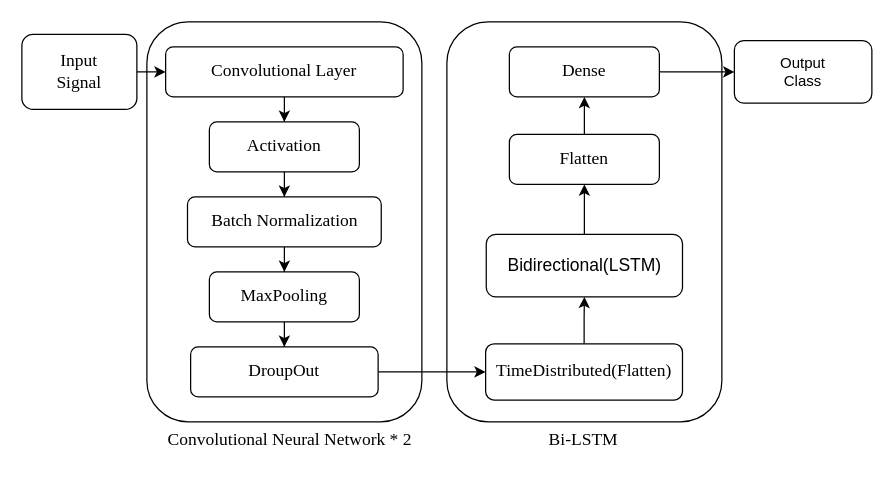
This is network.drawio from NasTul/Diagrams, a draw.io file, before an edit. Source tidied: cells renumbered, new cells numbered last; positions are measured from the earlier drawing's top-left corner, leaving out a move shared by most shapes. Both pictures are drawn from the tidied source at 125%, with x=0, y=0 at pixel (21, 21).
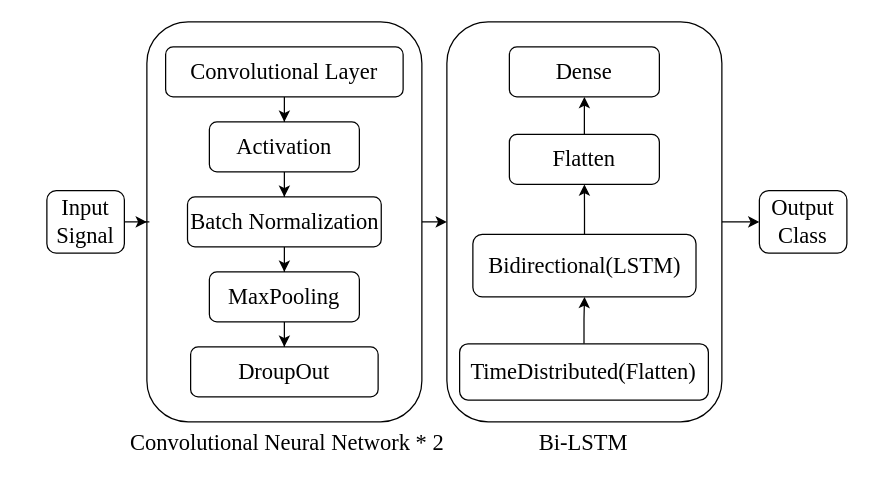
After the change.

Unchanged cells that the change refers to:
```xml
<mxCell id="2" style="rounded=1;whiteSpace=wrap;html=1;" parent="1" vertex="1">
  <mxGeometry x="340" width="220" height="320" as="geometry" />
</mxCell>
<mxCell id="3" style="rounded=1;whiteSpace=wrap;html=1;" parent="1" vertex="1">
  <mxGeometry x="100" width="220" height="320" as="geometry" />
</mxCell>
```

What changed in the source:
```diff
@@
+    <mxCell id="27" style="edgeStyle=orthogonalEdgeStyle;rounded=0;jettySize=auto;html=1;" parent="1" edge="1" source="2" target="26">
+      <mxGeometry relative="1" as="geometry" />
+    </mxCell>
@@
+    <mxCell id="28" style="edgeStyle=orthogonalEdgeStyle;rounded=0;jettySize=auto;html=1;" parent="1" edge="1" source="3">
+      <mxGeometry relative="1" as="geometry">
+        <mxPoint x="340" y="160" as="targetPoint" />
+      </mxGeometry>
+    </mxCell>
@@
-    <mxCell id="5" value="&lt;font face=&quot;Times New Roman&quot; style=&quot;font-size: 14px&quot;&gt;Convolutional Layer&lt;/font&gt;" style="rounded=1;whiteSpace=wrap;html=1;" parent="1" vertex="1">
+    <mxCell id="5" value="&lt;font face=&quot;Times New Roman&quot; style=&quot;font-size: 18px&quot;&gt;Convolutional Layer&lt;/font&gt;" style="rounded=1;whiteSpace=wrap;html=1;" parent="1" vertex="1">
       <mxGeometry x="115" y="20" width="190" height="40" as="geometry" />
     </mxCell>
@@
-    <mxCell id="7" value="&lt;font style=&quot;font-size: 14px&quot; face=&quot;Times New Roman&quot;&gt;Activation&lt;/font&gt;" style="whiteSpace=wrap;html=1;rounded=1;" parent="1" vertex="1">
+    <mxCell id="7" value="&lt;font style=&quot;font-size: 18px&quot; face=&quot;Times New Roman&quot;&gt;Activation&lt;/font&gt;" style="whiteSpace=wrap;html=1;rounded=1;" parent="1" vertex="1">
       <mxGeometry x="150" y="80" width="120" height="40" as="geometry" />
     </mxCell>
@@
-    <mxCell id="9" value="&lt;font style=&quot;font-size: 14px&quot; face=&quot;Times New Roman&quot;&gt;Batch Normalization&lt;/font&gt;" style="whiteSpace=wrap;html=1;rounded=1;" parent="1" vertex="1">
+    <mxCell id="9" value="&lt;font style=&quot;font-size: 18px&quot; face=&quot;Times New Roman&quot;&gt;Batch Normalization&lt;/font&gt;" style="whiteSpace=wrap;html=1;rounded=1;" parent="1" vertex="1">
       <mxGeometry x="132.5" y="140" width="155" height="40" as="geometry" />
     </mxCell>
@@
-    <mxCell id="11" value="&lt;font style=&quot;font-size: 14px&quot; face=&quot;Times New Roman&quot;&gt;MaxPooling&lt;/font&gt;" style="whiteSpace=wrap;html=1;rounded=1;" parent="1" vertex="1">
+    <mxCell id="11" value="&lt;font style=&quot;font-size: 18px&quot; face=&quot;Times New Roman&quot;&gt;MaxPooling&lt;/font&gt;" style="whiteSpace=wrap;html=1;rounded=1;" parent="1" vertex="1">
       <mxGeometry x="150" y="200" width="120" height="40" as="geometry" />
     </mxCell>
-    <mxCell id="12" style="edgeStyle=orthogonalEdgeStyle;rounded=0;jettySize=auto;html=1;" parent="1" edge="1" source="13" target="15">
-      <mxGeometry relative="1" as="geometry" />
-    </mxCell>
-    <mxCell id="13" value="&lt;font face=&quot;Times New Roman&quot;&gt;&lt;span style=&quot;font-size: 14px&quot;&gt;DroupOut&lt;/span&gt;&lt;/font&gt;" style="whiteSpace=wrap;html=1;rounded=1;" parent="1" vertex="1">
+    <mxCell id="13" value="&lt;font face=&quot;Times New Roman&quot; style=&quot;font-size: 18px&quot;&gt;DroupOut&lt;/font&gt;" style="whiteSpace=wrap;html=1;rounded=1;" parent="1" vertex="1">
       <mxGeometry x="135" y="260" width="150" height="40" as="geometry" />
     </mxCell>
@@
-    <mxCell id="15" value="&lt;font style=&quot;font-size: 14px&quot; face=&quot;Times New Roman&quot;&gt;TimeDistributed(Flatten)&lt;/font&gt;" style="whiteSpace=wrap;html=1;rounded=1;" parent="1" vertex="1">
-      <mxGeometry x="371" y="257.5" width="157.5" height="45" as="geometry" />
+    <mxCell id="15" value="&lt;font style=&quot;font-size: 18px&quot; face=&quot;Times New Roman&quot;&gt;TimeDistributed(Flatten)&lt;/font&gt;" style="whiteSpace=wrap;html=1;rounded=1;" parent="1" vertex="1">
+      <mxGeometry x="350.2" y="257.5" width="199" height="45" as="geometry" />
     </mxCell>
-    <mxCell id="16" value="&lt;font face=&quot;Times New Roman&quot; style=&quot;font-size: 14px&quot;&gt;Convolutional Neural Network * 2&lt;/font&gt;" style="text;whiteSpace=wrap;html=1;" parent="1" vertex="1">
-      <mxGeometry x="115" y="320" width="210" height="30" as="geometry" />
+    <mxCell id="16" value="&lt;font face=&quot;Times New Roman&quot; style=&quot;font-size: 18px&quot;&gt;Convolutional Neural Network * 2&lt;/font&gt;" style="text;whiteSpace=wrap;html=1;" parent="1" vertex="1">
+      <mxGeometry x="85.2" y="320" width="265" height="30" as="geometry" />
     </mxCell>
@@
-    <mxCell id="18" value="&lt;font style=&quot;font-size: 14px&quot;&gt;Bidirectional(LSTM)&lt;/font&gt;" style="whiteSpace=wrap;html=1;rounded=1;" parent="1" vertex="1">
-      <mxGeometry x="371.5" y="170" width="157" height="50" as="geometry" />
+    <mxCell id="18" value="&lt;font style=&quot;font-size: 18px&quot; face=&quot;Times New Roman&quot;&gt;Bidirectional(LSTM)&lt;/font&gt;" style="whiteSpace=wrap;html=1;rounded=1;" parent="1" vertex="1">
+      <mxGeometry x="360.8" y="170" width="178.5" height="50" as="geometry" />
     </mxCell>
@@
-    <mxCell id="20" value="&lt;font style=&quot;font-size: 14px&quot; face=&quot;Times New Roman&quot;&gt;Flatten&lt;/font&gt;" style="whiteSpace=wrap;html=1;rounded=1;" parent="1" vertex="1">
+    <mxCell id="20" value="&lt;font style=&quot;font-size: 18px&quot; face=&quot;Times New Roman&quot;&gt;Flatten&lt;/font&gt;" style="whiteSpace=wrap;html=1;rounded=1;" parent="1" vertex="1">
       <mxGeometry x="390" y="90" width="120" height="40" as="geometry" />
     </mxCell>
-    <mxCell id="21" style="edgeStyle=orthogonalEdgeStyle;rounded=0;jettySize=auto;html=1;" parent="1" edge="1" source="22" target="26">
-      <mxGeometry relative="1" as="geometry" />
-    </mxCell>
-    <mxCell id="22" value="&lt;font style=&quot;font-size: 14px&quot; face=&quot;Times New Roman&quot;&gt;Dense&lt;/font&gt;" style="whiteSpace=wrap;html=1;rounded=1;" parent="1" vertex="1">
+    <mxCell id="22" value="&lt;font style=&quot;font-size: 18px&quot; face=&quot;Times New Roman&quot;&gt;Dense&lt;/font&gt;" style="whiteSpace=wrap;html=1;rounded=1;" parent="1" vertex="1">
       <mxGeometry x="390" y="20" width="120" height="40" as="geometry" />
     </mxCell>
-    <mxCell id="23" value="&lt;font face=&quot;Times New Roman&quot; style=&quot;font-size: 14px&quot;&gt;Bi-LSTM&lt;/font&gt;" style="text;whiteSpace=wrap;html=1;align=center;" parent="1" vertex="1">
+    <mxCell id="23" value="&lt;font face=&quot;Times New Roman&quot; style=&quot;font-size: 18px&quot;&gt;Bi-LSTM&lt;/font&gt;" style="text;whiteSpace=wrap;html=1;align=center;" parent="1" vertex="1">
       <mxGeometry x="391.2" y="320" width="117" height="30" as="geometry" />
     </mxCell>
-    <mxCell id="24" style="edgeStyle=orthogonalEdgeStyle;rounded=0;jettySize=auto;html=1;entryX=0;entryY=0.5;entryDx=0;entryDy=0;" parent="1" edge="1" source="25" target="5">
+    <mxCell id="24" style="edgeStyle=orthogonalEdgeStyle;rounded=0;jettySize=auto;html=1;entryX=0;entryY=0.5;entryDx=0;entryDy=0;" parent="1" edge="1" source="25" target="3">
       <mxGeometry relative="1" as="geometry" />
     </mxCell>
-    <mxCell id="25" value="&lt;font style=&quot;font-size: 14px&quot; face=&quot;Times New Roman&quot;&gt;Input&lt;br&gt;Signal&lt;/font&gt;" style="rounded=1;whiteSpace=wrap;html=1;" parent="1" vertex="1">
-      <mxGeometry y="10" width="92" height="60" as="geometry" />
+    <mxCell id="25" value="&lt;font style=&quot;font-size: 18px&quot; face=&quot;Times New Roman&quot;&gt;Input&lt;br&gt;Signal&lt;/font&gt;" style="rounded=1;whiteSpace=wrap;html=1;" parent="1" vertex="1">
+      <mxGeometry x="20" y="135" width="62" height="50" as="geometry" />
     </mxCell>
-    <mxCell id="26" value="Output&lt;br&gt;Class" style="whiteSpace=wrap;html=1;rounded=1;" parent="1" vertex="1">
-      <mxGeometry x="570" y="15" width="110" height="50" as="geometry" />
+    <mxCell id="26" value="&lt;font style=&quot;font-size: 18px&quot; face=&quot;Times New Roman&quot;&gt;Output&lt;br&gt;Class&lt;/font&gt;" style="whiteSpace=wrap;html=1;rounded=1;" parent="1" vertex="1">
+      <mxGeometry x="590" y="135" width="70" height="50" as="geometry" />
     </mxCell>
```
